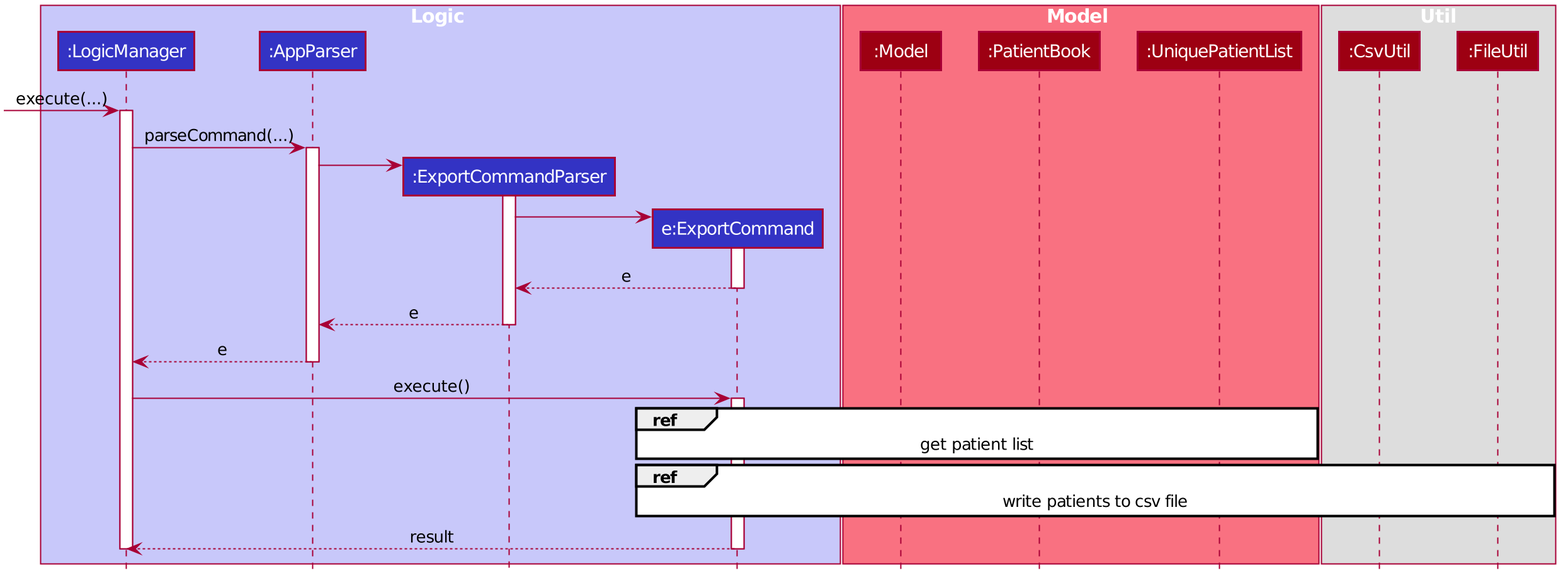
Above: docs/images/ExportSequenceDiagram.png in nus-cs2103-AY1920S1/addressbook-level3 (PlantUML), before the change.
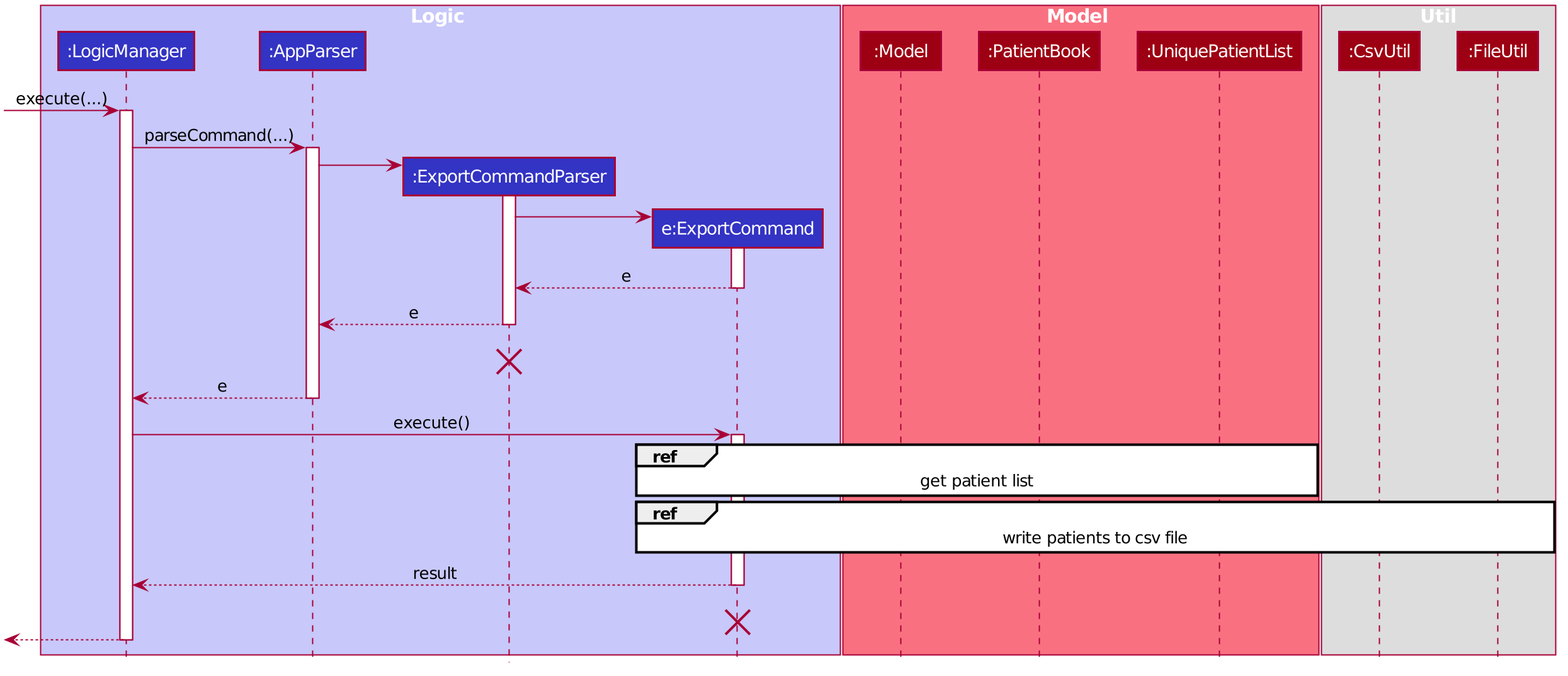
After the change.

Commit message:
correct diagrams

The edit, as a diff of the source:
```diff
@@ -87,6 +87,8 @@
 
 ExportCommandParser --> AppParser : e
 deactivate ExportCommandParser
+ExportCommandParser -[hidden]-> AppParser : e
+destroy ExportCommandParser
 
 AppParser --> LogicManager : e
 deactivate AppParser
@@ -104,6 +106,10 @@
 
 ExportCommand --> LogicManager : result
 deactivate ExportCommand
+ExportCommand -[hidden]-> LogicManager : result
+destroy ExportCommand
+
+[<-- LogicManager
 
 deactivate LogicManager
 
```
